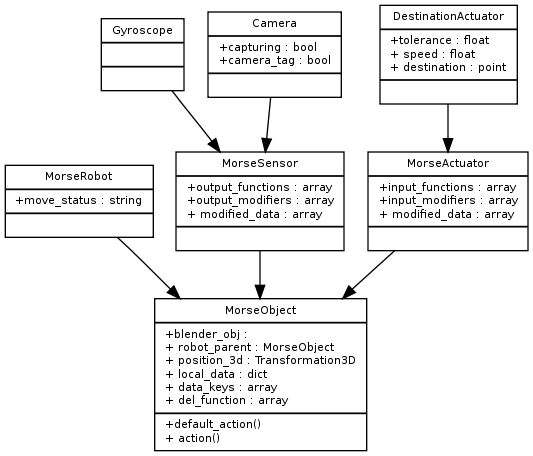
morse-simulator/morse keeps this Graphviz diagram as doc/media/morse_uml.png. Above is the earlier version. Its source is kept beside it as doc/morse/dev/morse_uml.dot.
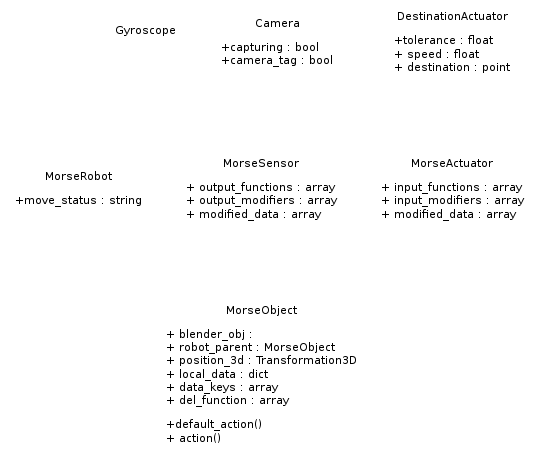
After the change.

Commit message:
Completly transparent diagramm is not so useful ...

Change to the diagram source:
```diff
@@ -7,15 +7,18 @@
 		fontname = "Bitstream Vera Sans"
 		fontsize = 8
 		shape = "record"
+		color="white"
+		style="filled"
 	]
 
 	edge [
 		fontname = "Bitstream Vera Sans"
 		fontsize = 8
+		color="white"
 	]
 
 	MorseObject [
-		label = "{MorseObject | +blender_obj :\l+ robot_parent : MorseObject\l+ position_3d : Transformation3D\l+ local_data : dict\l+ data_keys : array\l+ del_function : array\l| +default_action()\l+ action()\l }"
+		label = "{MorseObject | + blender_obj :\l+ robot_parent : MorseObject\l+ position_3d : Transformation3D\l+ local_data : dict\l+ data_keys : array\l+ del_function : array\l| +default_action()\l+ action()\l }"
 	]
 
 	MorseRobot [
@@ -23,11 +26,11 @@
 	]
 
 	MorseSensor [
-		label = "{MorseSensor | +output_functions : array\l+output_modifiers : array\l+ modified_data : array\l |}"
+		label = "{MorseSensor | + output_functions : array\l+ output_modifiers : array\l+ modified_data : array\l |}"
 	]
 
 	MorseActuator [
-		label = "{MorseActuator | +input_functions : array\l+input_modifiers : array\l+ modified_data : array\l |}"
+		label = "{MorseActuator | + input_functions : array\l+ input_modifiers : array\l+ modified_data : array\l |}"
 	]
 
 	Gyroscope [
@@ -35,11 +38,11 @@
 	]
 
 	Camera [
-		label = "{Camera |+capturing : bool\l+camera_tag : bool | }"
+		label = "{Camera |+ capturing : bool\l+ camera_tag : bool | }"
 	]
 
 	DestinationActuator [
-		label = "{DestinationActuator | +tolerance : float\l+ speed : float\l+ destination : point\l | }"
+		label = "{DestinationActuator | + tolerance : float\l+ speed : float\l+ destination : point\l | }"
 	]
 
 	MorseRobot -> MorseObject
```
